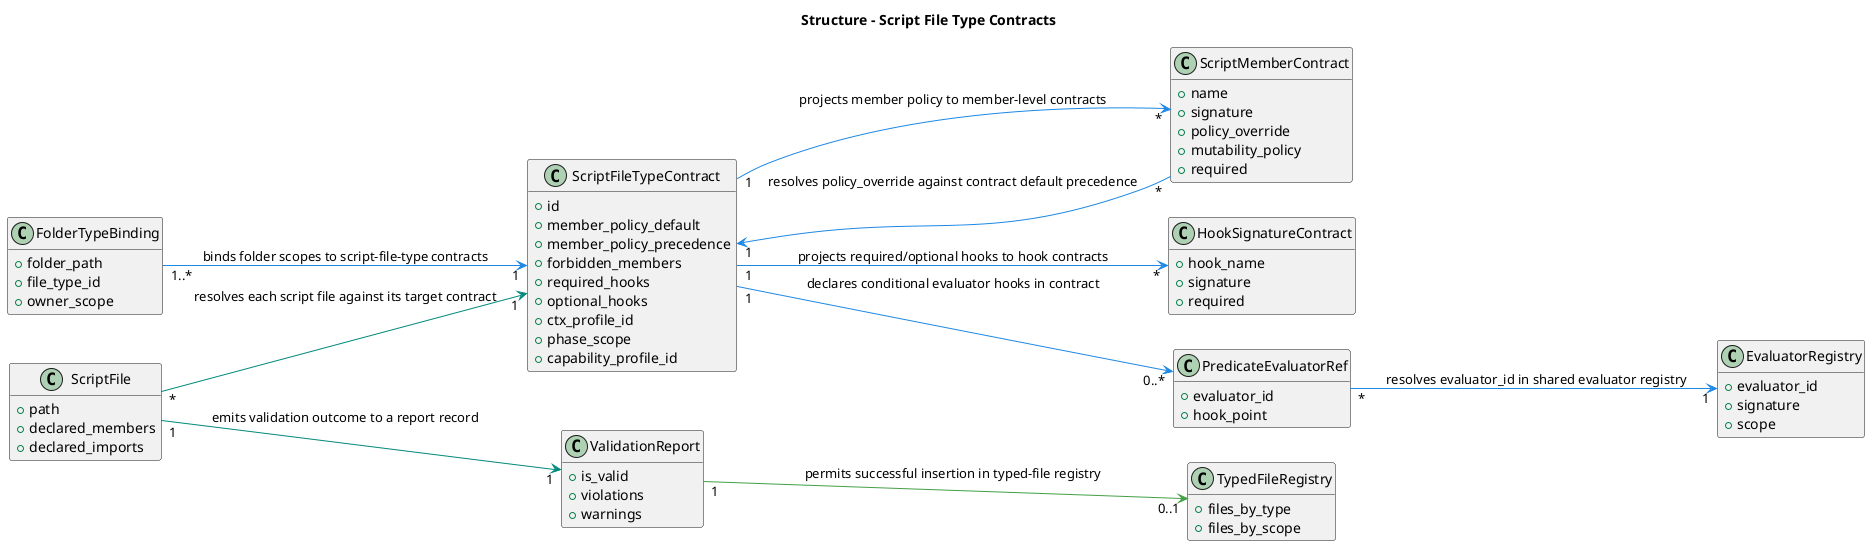
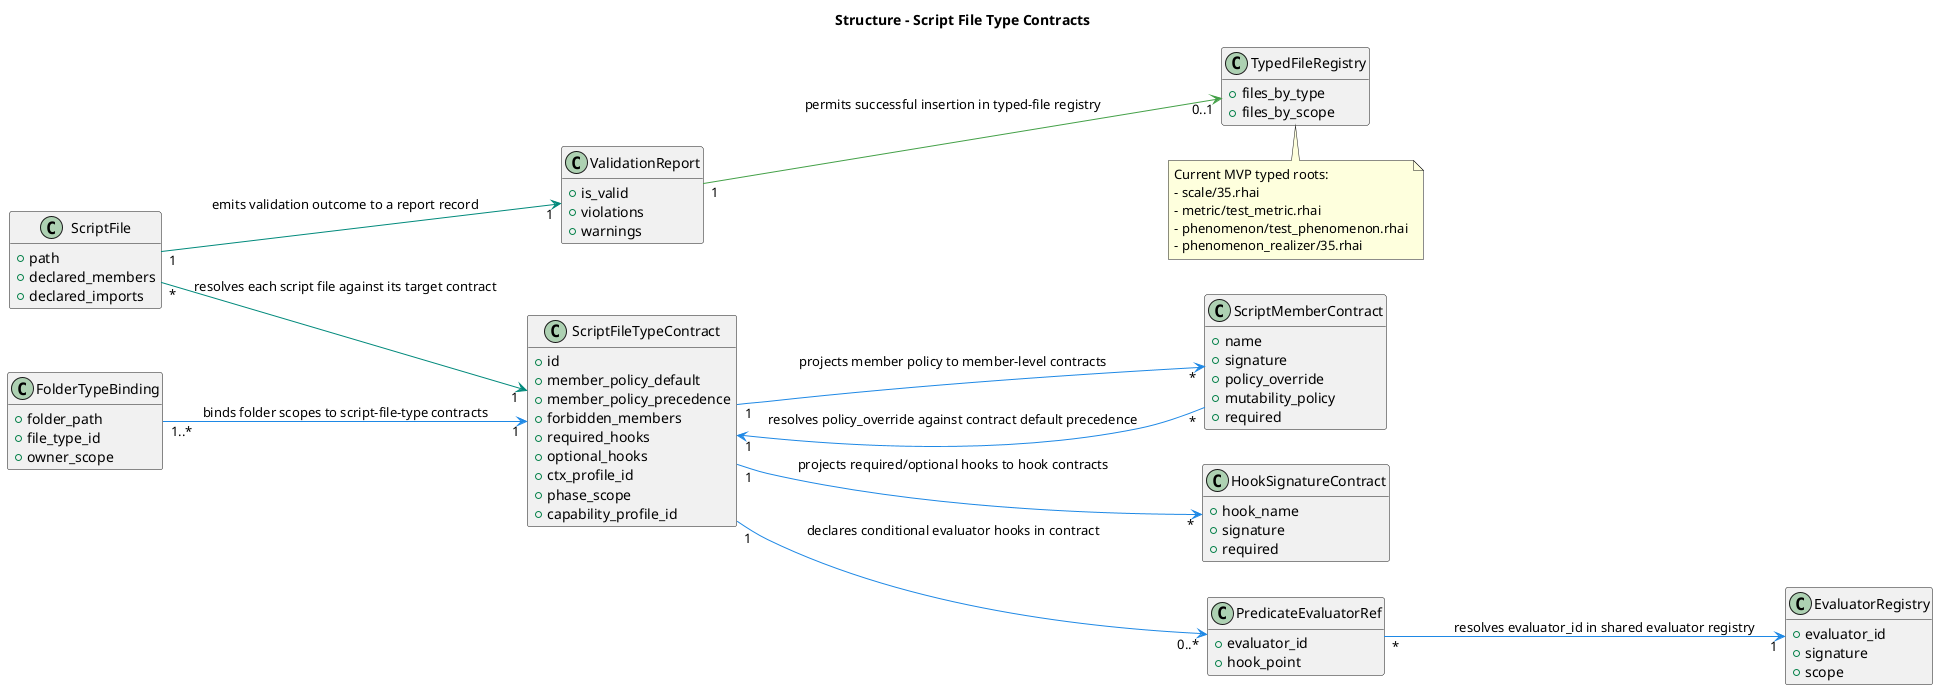
@startuml
title Structure - Script File Type Contracts
hide empty members
left to right direction

class FolderTypeBinding {
  +folder_path
  +file_type_id
  +owner_scope
}

class ScriptFileTypeContract {
  +id
  +member_policy_default
  +member_policy_precedence
  +forbidden_members
  +required_hooks
  +optional_hooks
  +ctx_profile_id
  +phase_scope
  +capability_profile_id
}

class ScriptMemberContract {
  +name
  +signature
  +policy_override
  +mutability_policy
  +required
}

class HookSignatureContract {
  +hook_name
  +signature
  +required
}

class PredicateEvaluatorRef {
  +evaluator_id
  +hook_point
}

class EvaluatorRegistry {
  +evaluator_id
  +signature
  +scope
}

class ScriptFile {
  +path
  +declared_members
  +declared_imports
}

class ValidationReport {
  +is_valid
  +violations
  +warnings
}

class TypedFileRegistry {
  +files_by_type
  +files_by_scope
}

FolderTypeBinding "1..*" -[#1E88E5]-> "1" ScriptFileTypeContract : binds folder scopes to script-file-type contracts
ScriptFileTypeContract "1" -[#1E88E5]-> "*" ScriptMemberContract : projects member policy to member-level contracts
ScriptFileTypeContract "1" -[#1E88E5]-> "*" HookSignatureContract : projects required/optional hooks to hook contracts
ScriptFileTypeContract "1" -[#1E88E5]-> "0..*" PredicateEvaluatorRef : declares conditional evaluator hooks in contract
ScriptMemberContract "*" -[#1E88E5]-> "1" ScriptFileTypeContract : resolves policy_override against contract default precedence
PredicateEvaluatorRef "*" -[#1E88E5]-> "1" EvaluatorRegistry : resolves evaluator_id in shared evaluator registry
ScriptFile "*" -[#00897B]-> "1" ScriptFileTypeContract : resolves each script file against its target contract
ScriptFile "1" -[#00897B]-> "1" ValidationReport : emits validation outcome to a report record
ValidationReport "1" -[#43A047]-> "0..1" TypedFileRegistry : permits successful insertion in typed-file registry
+ 
+ note bottom
+ Current MVP typed roots:
+ - scale/35.rhai
+ - metric/test_metric.rhai
+ - phenomenon/test_phenomenon.rhai
+ - phenomenon_realizer/35.rhai
+ end note
@enduml
